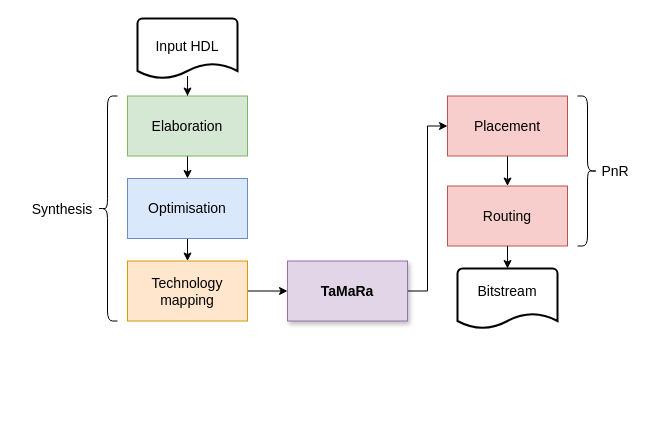
The draw.io diagram papers/proposal/tamara_synthesis_flow.drawio in mattyoung101/tamara, before the edit. Source tidied: cells renumbered, new cells numbered last; positions are measured from the earlier drawing's top-left corner, leaving out a move shared by most shapes. Both pictures are drawn from the tidied source at 100%, with x=0, y=0 at pixel (24, 18).
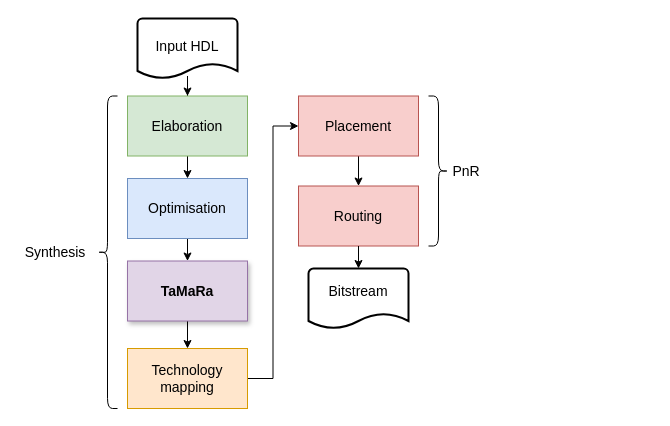
The same diagram, later.

Unchanged cells that the change refers to:
```xml
<mxCell id="9" value="&lt;font style=&quot;font-size: 14px;&quot;&gt;Optimisation&lt;/font&gt;" style="rounded=0;whiteSpace=wrap;html=1;glass=0;fillColor=#dae8fc;strokeColor=#6c8ebf;" parent="1" vertex="1">
  <mxGeometry x="103" y="160" width="120" height="60" as="geometry" />
</mxCell>
```

The edit, as a diff of the source:
```diff
@@
     <mxCell id="2" style="strokeWidth=2;html=1;shape=mxgraph.flowchart.document2;whiteSpace=wrap;size=0.25;" parent="1" vertex="1">
-      <mxGeometry x="433" y="250" width="100" height="60" as="geometry" />
+      <mxGeometry x="284" y="250" width="100" height="60" as="geometry" />
     </mxCell>
@@
-    <mxCell id="8" style="edgeStyle=orthogonalEdgeStyle;rounded=0;jettySize=auto;html=1;" parent="1" edge="1" source="9" target="11">
-      <mxGeometry relative="1" as="geometry" />
-    </mxCell>
+    <mxCell id="23" style="edgeStyle=orthogonalEdgeStyle;rounded=0;jettySize=auto;html=1;exitX=0.5;exitY=1;exitDx=0;exitDy=0;entryX=0.5;entryY=0;entryDx=0;entryDy=0;" parent="1" edge="1" source="9" target="22">
+      <mxGeometry relative="1" as="geometry" />
+    </mxCell>
@@
-    <mxCell id="10" style="edgeStyle=orthogonalEdgeStyle;rounded=0;jettySize=auto;html=1;" parent="1" edge="1" source="11" target="22">
-      <mxGeometry relative="1" as="geometry" />
-    </mxCell>
+    <mxCell id="24" style="edgeStyle=orthogonalEdgeStyle;rounded=0;jettySize=auto;html=1;exitX=1;exitY=0.5;exitDx=0;exitDy=0;entryX=0;entryY=0.5;entryDx=0;entryDy=0;" parent="1" edge="1" source="11" target="13">
+      <mxGeometry relative="1" as="geometry" />
+    </mxCell>
     <mxCell id="11" value="&lt;font style=&quot;font-size: 14px;&quot;&gt;Technology mapping&lt;/font&gt;" style="rounded=0;whiteSpace=wrap;html=1;glass=0;fillColor=#ffe6cc;strokeColor=#d79b00;" parent="1" vertex="1">
-      <mxGeometry x="103" y="242.5" width="120" height="60" as="geometry" />
+      <mxGeometry x="103" y="330" width="120" height="60" as="geometry" />
     </mxCell>
@@
     <mxCell id="13" value="&lt;font style=&quot;font-size: 14px;&quot;&gt;Placement&lt;/font&gt;" style="rounded=0;whiteSpace=wrap;html=1;glass=0;fillColor=#f8cecc;strokeColor=#b85450;" parent="1" vertex="1">
-      <mxGeometry x="423" y="77.5" width="120" height="60" as="geometry" />
+      <mxGeometry x="274" y="77.5" width="120" height="60" as="geometry" />
     </mxCell>
     <mxCell id="14" value="&lt;font style=&quot;font-size: 14px;&quot;&gt;Routing&lt;/font&gt;" style="rounded=0;whiteSpace=wrap;html=1;glass=0;fillColor=#f8cecc;strokeColor=#b85450;" parent="1" vertex="1">
-      <mxGeometry x="423" y="167.5" width="120" height="60" as="geometry" />
+      <mxGeometry x="274" y="167.5" width="120" height="60" as="geometry" />
     </mxCell>
     <mxCell id="15" value="&lt;span style=&quot;font-size: 14px;&quot;&gt;Bitstream&lt;/span&gt;" style="text;html=1;align=center;verticalAlign=middle;whiteSpace=wrap;rounded=0;" parent="1" vertex="1">
-      <mxGeometry x="448" y="257.5" width="70" height="30" as="geometry" />
+      <mxGeometry x="299" y="257.5" width="70" height="30" as="geometry" />
     </mxCell>
     <mxCell id="16" style="shape=curlyBracket;whiteSpace=wrap;html=1;rounded=1;flipH=1;labelPosition=right;verticalLabelPosition=middle;align=left;verticalAlign=middle;rotation=-180;" parent="1" vertex="1">
-      <mxGeometry x="73" y="77.5" width="20" height="225" as="geometry" />
+      <mxGeometry x="73" y="77.5" width="20" height="312.5" as="geometry" />
     </mxCell>
     <mxCell id="17" value="&lt;font style=&quot;font-size: 14px;&quot;&gt;Synthesis&lt;/font&gt;" style="text;html=1;align=center;verticalAlign=middle;whiteSpace=wrap;rounded=0;" parent="1" vertex="1">
-      <mxGeometry y="176.2" width="76" height="30" as="geometry" />
+      <mxGeometry x="-7" y="218.8" width="76" height="30" as="geometry" />
     </mxCell>
     <mxCell id="18" style="shape=curlyBracket;whiteSpace=wrap;html=1;rounded=1;flipH=1;labelPosition=right;verticalLabelPosition=middle;align=left;verticalAlign=middle;" parent="1" vertex="1">
-      <mxGeometry x="553" y="77.5" width="20" height="150" as="geometry" />
+      <mxGeometry x="404" y="77.5" width="20" height="150" as="geometry" />
     </mxCell>
     <mxCell id="19" value="&lt;font style=&quot;font-size: 14px;&quot;&gt;PnR&lt;/font&gt;" style="text;html=1;align=center;verticalAlign=middle;whiteSpace=wrap;rounded=0;" parent="1" vertex="1">
-      <mxGeometry x="553" y="137.5" width="76" height="30" as="geometry" />
+      <mxGeometry x="404" y="137.5" width="76" height="30" as="geometry" />
     </mxCell>
@@
-    <mxCell id="21" style="edgeStyle=orthogonalEdgeStyle;rounded=0;jettySize=auto;html=1;exitX=1;exitY=0.5;exitDx=0;exitDy=0;entryX=0;entryY=0.5;entryDx=0;entryDy=0;" parent="1" edge="1" source="22" target="13">
-      <mxGeometry relative="1" as="geometry" />
-    </mxCell>
+    <mxCell id="25" style="edgeStyle=orthogonalEdgeStyle;rounded=0;jettySize=auto;html=1;exitX=0.5;exitY=1;exitDx=0;exitDy=0;entryX=0.5;entryY=0;entryDx=0;entryDy=0;" parent="1" edge="1" source="22" target="11">
+      <mxGeometry relative="1" as="geometry" />
+    </mxCell>
     <mxCell id="22" value="&lt;font style=&quot;font-size: 14px;&quot;&gt;&lt;b&gt;TaMaRa&lt;/b&gt;&lt;/font&gt;" style="rounded=0;whiteSpace=wrap;html=1;glass=0;fillColor=#e1d5e7;strokeColor=#9673a6;gradientColor=none;shadow=1;" parent="1" vertex="1">
-      <mxGeometry x="263" y="242.5" width="120" height="60" as="geometry" />
+      <mxGeometry x="103" y="242.5" width="120" height="60" as="geometry" />
     </mxCell>
```
